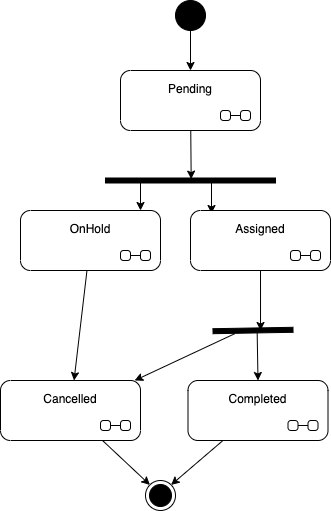
jbcodeforce/saga-choreography-kafka keeps this draw.io diagram as docs/diagrams/order-state.drawio.png. Above is the earlier version. Source tidied: cells renumbered, new cells last; positions are measured from the earlier drawing's top-left corner, leaving out a move shared by most shapes.
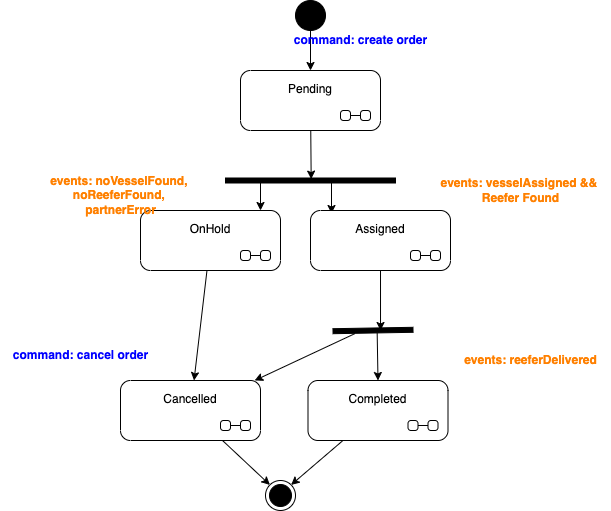
Later version of the same file.

Change to the diagram source:
```diff
@@ -59,5 +59,20 @@
     <mxCell id="20" style="html=1;points=[];perimeter=orthogonalPerimeter;fillColor=strokeColor;rotation=89;" parent="1" vertex="1">
       <mxGeometry x="250" y="290" width="5" height="80" as="geometry" />
     </mxCell>
+    <mxCell id="21" value="&lt;font color=&quot;#0000ff&quot;&gt;command: create order&lt;/font&gt;" style="text;html=1;align=center;verticalAlign=middle;strokeColor=none;fillColor=none;fontColor=#006600;fontStyle=1;" parent="1" vertex="1">
+      <mxGeometry x="160" y="25" width="160" height="30" as="geometry" />
+    </mxCell>
+    <mxCell id="22" value="&lt;font color=&quot;#0000ff&quot;&gt;command: cancel order&lt;/font&gt;" style="text;html=1;align=center;verticalAlign=middle;strokeColor=none;fillColor=none;fontColor=#006600;fontStyle=1;" parent="1" vertex="1">
+      <mxGeometry x="-120" y="340" width="160" height="30" as="geometry" />
+    </mxCell>
+    <mxCell id="23" value="events: noVesselFound, &lt;br&gt;noReeferFound, &lt;br&gt;partnerError" style="text;html=1;align=center;verticalAlign=middle;strokeColor=none;fillColor=none;fontColor=#FF8000;fontStyle=1;" parent="1" vertex="1">
+      <mxGeometry x="-80" y="165" width="160" height="60" as="geometry" />
+    </mxCell>
+    <mxCell id="24" value="events: vesselAssigned &amp;amp;&amp;amp;&amp;nbsp;&lt;br&gt;Reefer Found" style="text;html=1;align=center;verticalAlign=middle;strokeColor=none;fillColor=none;fontColor=#FF8000;fontStyle=1;" parent="1" vertex="1">
+      <mxGeometry x="310" y="170" width="180" height="40" as="geometry" />
+    </mxCell>
+    <mxCell id="25" value="events: reeferDelivered" style="text;html=1;align=center;verticalAlign=middle;strokeColor=none;fillColor=none;fontColor=#FF8000;fontStyle=1;" parent="1" vertex="1">
+      <mxGeometry x="330" y="345" width="160" height="30" as="geometry" />
+    </mxCell>
   </root>
 </mxGraphModel>
```
